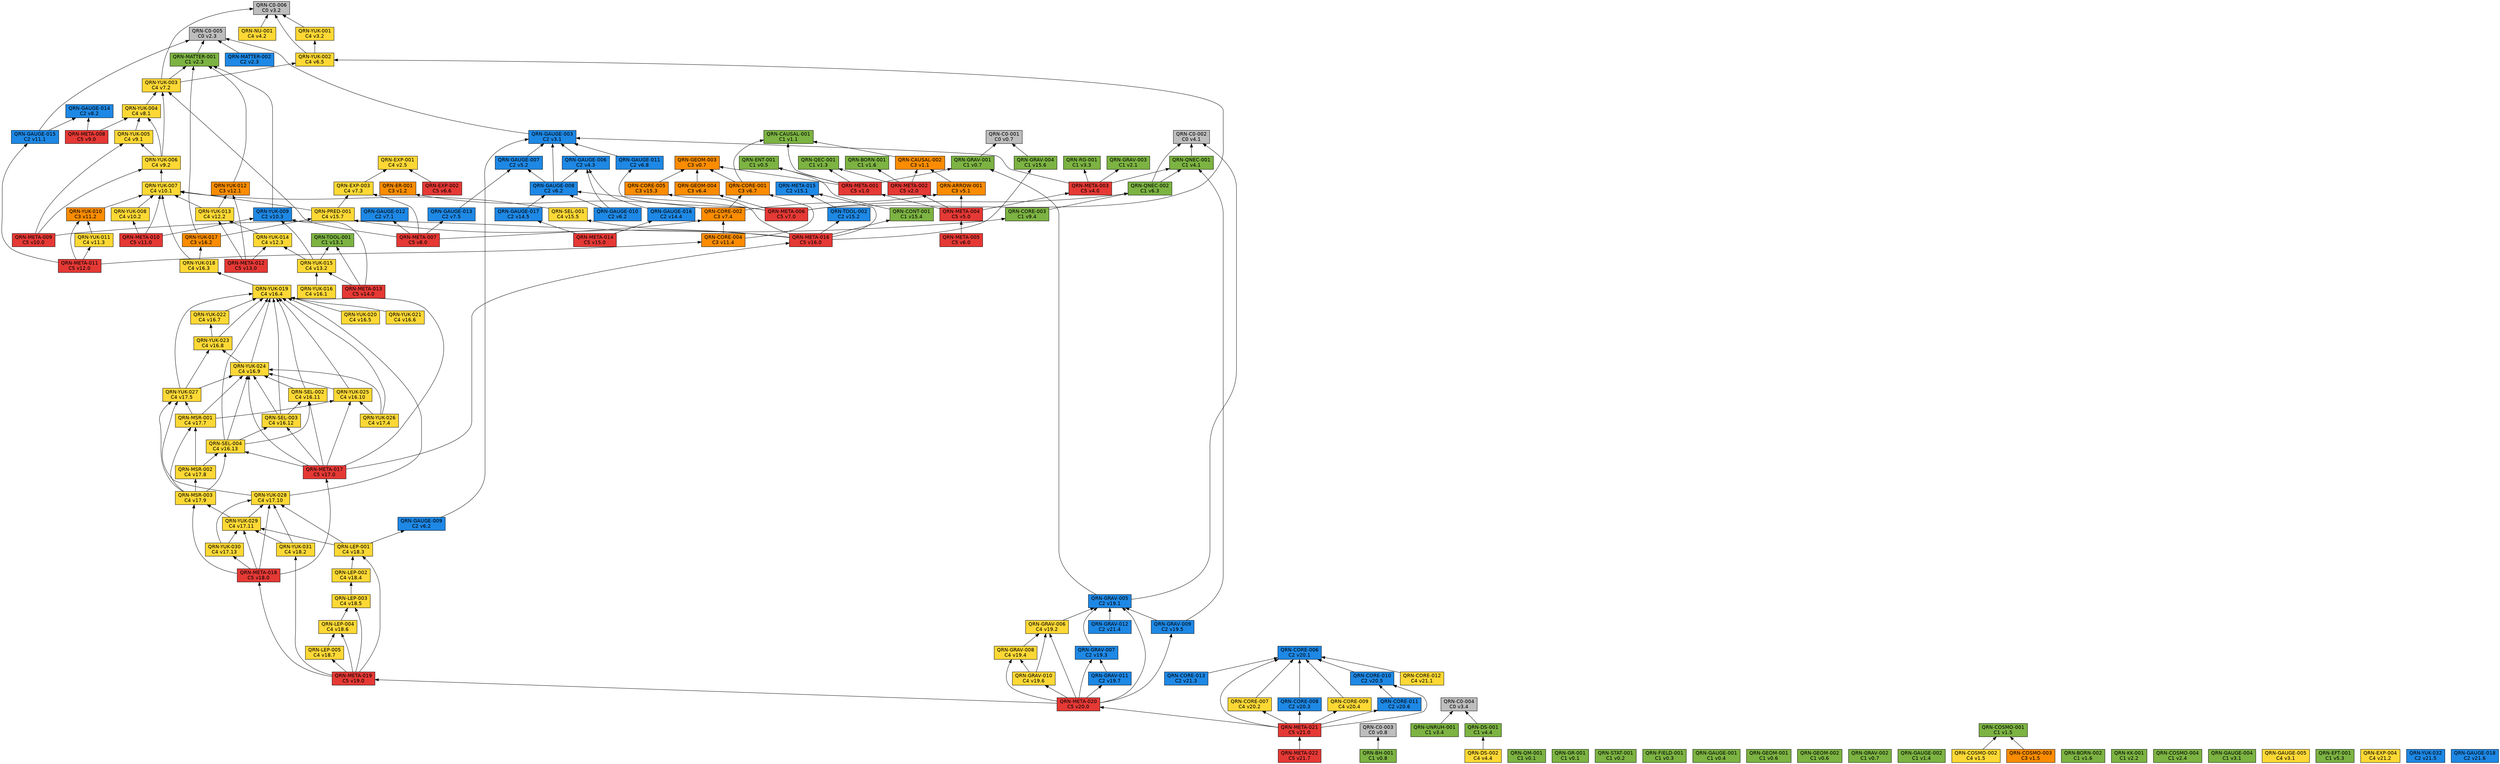
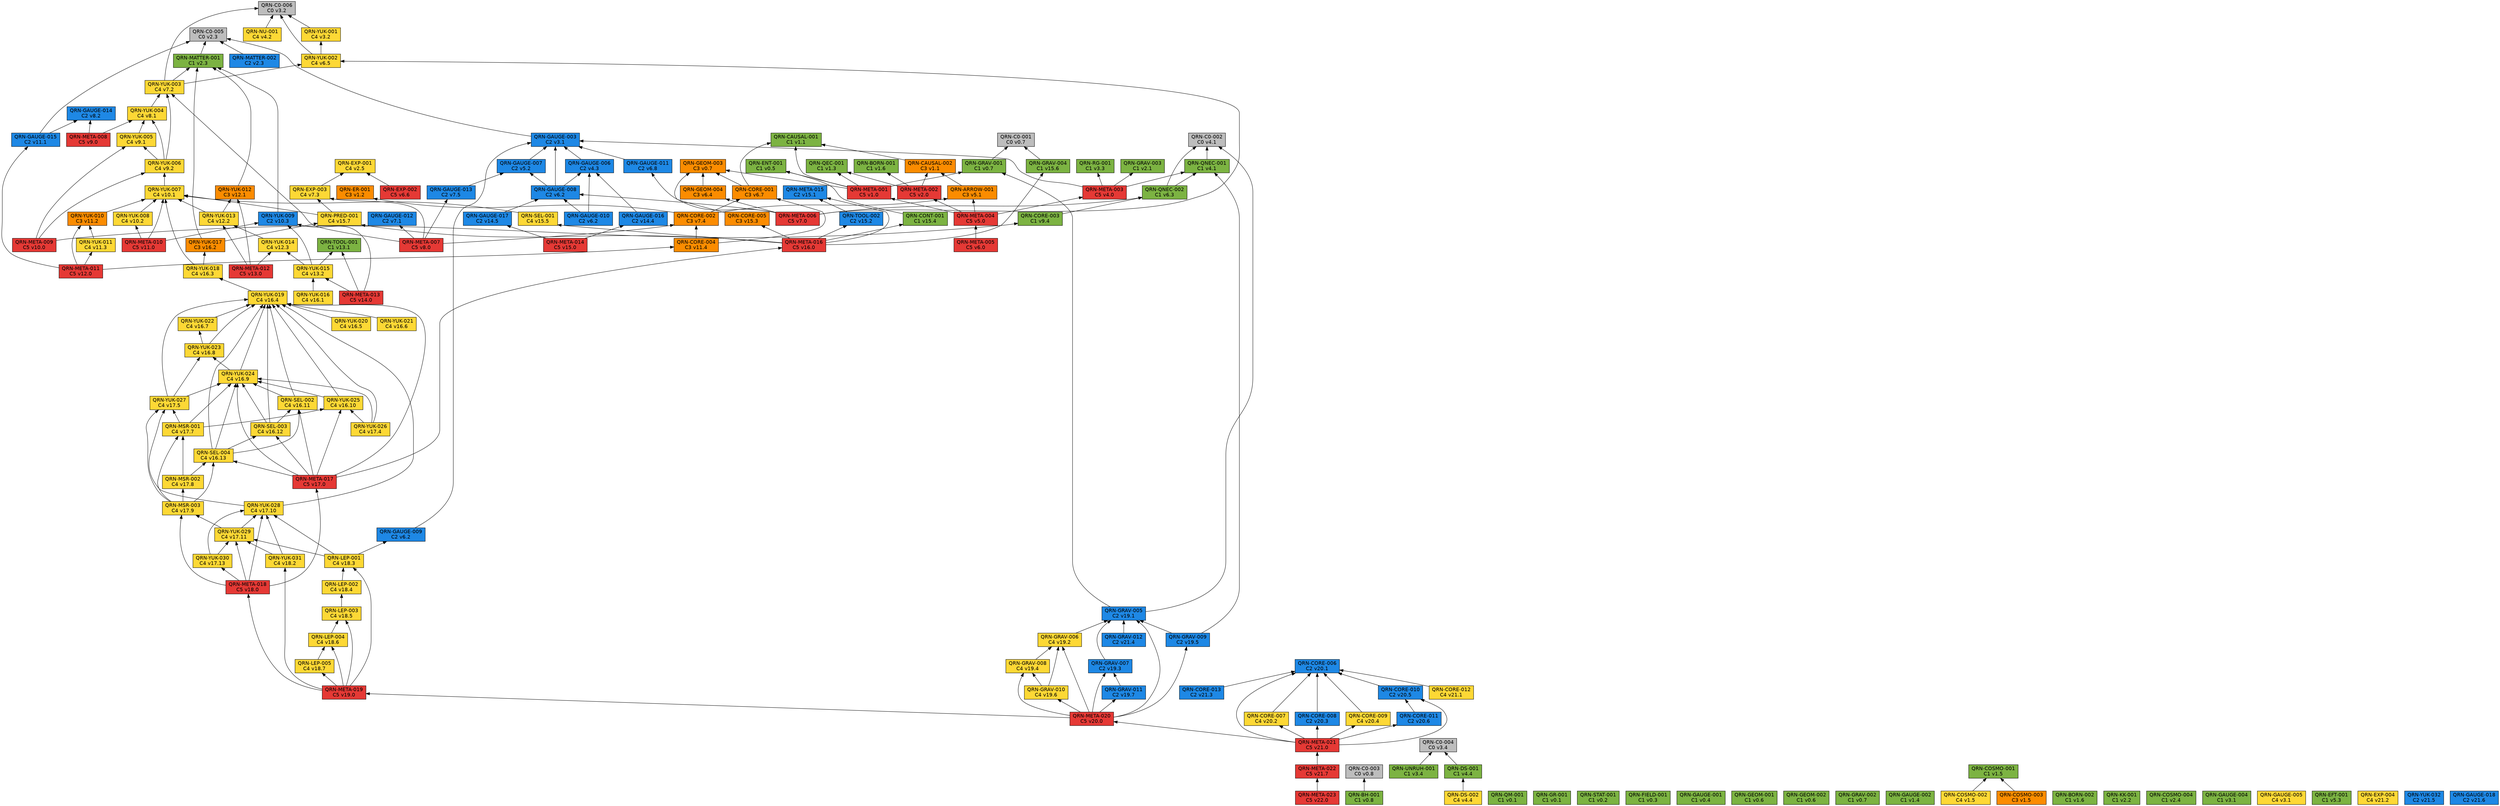
// 自動生成 (dag/report.pl) — QRN 主張依存グラフ
digraph qrn {
  rankdir=BT;
  node [shape=box, style=filled, fontname="Helvetica"];
  "QRN-C0-001" [fillcolor="#bdbdbd", label="QRN-C0-001\nC0 v0.7"];
  "QRN-C0-002" [fillcolor="#bdbdbd", label="QRN-C0-002\nC0 v4.1"];
  "QRN-C0-003" [fillcolor="#bdbdbd", label="QRN-C0-003\nC0 v0.8"];
  "QRN-C0-004" [fillcolor="#bdbdbd", label="QRN-C0-004\nC0 v3.4"];
  "QRN-C0-005" [fillcolor="#bdbdbd", label="QRN-C0-005\nC0 v2.3"];
  "QRN-C0-006" [fillcolor="#bdbdbd", label="QRN-C0-006\nC0 v3.2"];
  "QRN-QM-001" [fillcolor="#7cb342", label="QRN-QM-001\nC1 v0.1"];
  "QRN-GR-001" [fillcolor="#7cb342", label="QRN-GR-001\nC1 v0.1"];
  "QRN-STAT-001" [fillcolor="#7cb342", label="QRN-STAT-001\nC1 v0.2"];
  "QRN-FIELD-001" [fillcolor="#7cb342", label="QRN-FIELD-001\nC1 v0.3"];
  "QRN-GAUGE-001" [fillcolor="#7cb342", label="QRN-GAUGE-001\nC1 v0.4"];
  "QRN-ENT-001" [fillcolor="#7cb342", label="QRN-ENT-001\nC1 v0.5"];
  "QRN-GEOM-001" [fillcolor="#7cb342", label="QRN-GEOM-001\nC1 v0.6"];
  "QRN-GEOM-002" [fillcolor="#7cb342", label="QRN-GEOM-002\nC1 v0.6"];
  "QRN-GEOM-003" [fillcolor="#fb8c00", label="QRN-GEOM-003\nC3 v0.7"];
  "QRN-GRAV-001" [fillcolor="#7cb342", label="QRN-GRAV-001\nC1 v0.7"];
  "QRN-GRAV-002" [fillcolor="#7cb342", label="QRN-GRAV-002\nC1 v0.7"];
  "QRN-BH-001" [fillcolor="#7cb342", label="QRN-BH-001\nC1 v0.8"];
  "QRN-CAUSAL-001" [fillcolor="#7cb342", label="QRN-CAUSAL-001\nC1 v1.1"];
  "QRN-CAUSAL-002" [fillcolor="#fb8c00", label="QRN-CAUSAL-002\nC3 v1.1"];
  "QRN-ER-001" [fillcolor="#fb8c00", label="QRN-ER-001\nC3 v1.2"];
  "QRN-QEC-001" [fillcolor="#7cb342", label="QRN-QEC-001\nC1 v1.3"];
  "QRN-GAUGE-002" [fillcolor="#7cb342", label="QRN-GAUGE-002\nC1 v1.4"];
  "QRN-COSMO-001" [fillcolor="#7cb342", label="QRN-COSMO-001\nC1 v1.5"];
  "QRN-COSMO-002" [fillcolor="#fdd835", label="QRN-COSMO-002\nC4 v1.5"];
  "QRN-COSMO-003" [fillcolor="#fb8c00", label="QRN-COSMO-003\nC3 v1.5"];
  "QRN-BORN-001" [fillcolor="#7cb342", label="QRN-BORN-001\nC1 v1.6"];
  "QRN-BORN-002" [fillcolor="#7cb342", label="QRN-BORN-002\nC1 v1.6"];
  "QRN-GRAV-003" [fillcolor="#7cb342", label="QRN-GRAV-003\nC1 v2.1"];
  "QRN-KK-001" [fillcolor="#7cb342", label="QRN-KK-001\nC1 v2.2"];
  "QRN-MATTER-001" [fillcolor="#7cb342", label="QRN-MATTER-001\nC1 v2.3"];
  "QRN-MATTER-002" [fillcolor="#1e88e5", label="QRN-MATTER-002\nC2 v2.3"];
  "QRN-COSMO-004" [fillcolor="#7cb342", label="QRN-COSMO-004\nC1 v2.4"];
  "QRN-EXP-001" [fillcolor="#fdd835", label="QRN-EXP-001\nC4 v2.5"];
  "QRN-GAUGE-003" [fillcolor="#1e88e5", label="QRN-GAUGE-003\nC2 v3.1"];
  "QRN-GAUGE-004" [fillcolor="#7cb342", label="QRN-GAUGE-004\nC1 v3.1"];
  "QRN-GAUGE-005" [fillcolor="#fdd835", label="QRN-GAUGE-005\nC4 v3.1"];
  "QRN-YUK-001" [fillcolor="#fdd835", label="QRN-YUK-001\nC4 v3.2"];
  "QRN-RG-001" [fillcolor="#7cb342", label="QRN-RG-001\nC1 v3.3"];
  "QRN-UNRUH-001" [fillcolor="#7cb342", label="QRN-UNRUH-001\nC1 v3.4"];
  "QRN-QNEC-001" [fillcolor="#7cb342", label="QRN-QNEC-001\nC1 v4.1"];
  "QRN-NU-001" [fillcolor="#fdd835", label="QRN-NU-001\nC4 v4.2"];
  "QRN-GAUGE-006" [fillcolor="#1e88e5", label="QRN-GAUGE-006\nC2 v4.3"];
  "QRN-DS-001" [fillcolor="#7cb342", label="QRN-DS-001\nC1 v4.4"];
  "QRN-DS-002" [fillcolor="#fdd835", label="QRN-DS-002\nC4 v4.4"];
  "QRN-ARROW-001" [fillcolor="#fb8c00", label="QRN-ARROW-001\nC3 v5.1"];
  "QRN-GAUGE-007" [fillcolor="#1e88e5", label="QRN-GAUGE-007\nC2 v5.2"];
  "QRN-EFT-001" [fillcolor="#7cb342", label="QRN-EFT-001\nC1 v5.3"];
  "QRN-GAUGE-008" [fillcolor="#1e88e5", label="QRN-GAUGE-008\nC2 v6.2"];
  "QRN-GAUGE-009" [fillcolor="#1e88e5", label="QRN-GAUGE-009\nC2 v6.2"];
  "QRN-GAUGE-010" [fillcolor="#1e88e5", label="QRN-GAUGE-010\nC2 v6.2"];
  "QRN-QNEC-002" [fillcolor="#7cb342", label="QRN-QNEC-002\nC1 v6.3"];
  "QRN-GEOM-004" [fillcolor="#fb8c00", label="QRN-GEOM-004\nC3 v6.4"];
  "QRN-YUK-002" [fillcolor="#fdd835", label="QRN-YUK-002\nC4 v6.5"];
  "QRN-EXP-002" [fillcolor="#e53935", label="QRN-EXP-002\nC5 v6.6"];
  "QRN-CORE-001" [fillcolor="#fb8c00", label="QRN-CORE-001\nC3 v6.7"];
  "QRN-GAUGE-011" [fillcolor="#1e88e5", label="QRN-GAUGE-011\nC2 v6.8"];
  "QRN-GAUGE-012" [fillcolor="#1e88e5", label="QRN-GAUGE-012\nC2 v7.1"];
  "QRN-YUK-003" [fillcolor="#fdd835", label="QRN-YUK-003\nC4 v7.2"];
  "QRN-EXP-003" [fillcolor="#fdd835", label="QRN-EXP-003\nC4 v7.3"];
  "QRN-CORE-002" [fillcolor="#fb8c00", label="QRN-CORE-002\nC3 v7.4"];
  "QRN-GAUGE-013" [fillcolor="#1e88e5", label="QRN-GAUGE-013\nC2 v7.5"];
  "QRN-YUK-004" [fillcolor="#fdd835", label="QRN-YUK-004\nC4 v8.1"];
  "QRN-GAUGE-014" [fillcolor="#1e88e5", label="QRN-GAUGE-014\nC2 v8.2"];
  "QRN-META-001" [fillcolor="#e53935", label="QRN-META-001\nC5 v1.0"];
  "QRN-META-002" [fillcolor="#e53935", label="QRN-META-002\nC5 v2.0"];
  "QRN-META-003" [fillcolor="#e53935", label="QRN-META-003\nC5 v4.0"];
  "QRN-META-004" [fillcolor="#e53935", label="QRN-META-004\nC5 v5.0"];
  "QRN-META-005" [fillcolor="#e53935", label="QRN-META-005\nC5 v6.0"];
  "QRN-META-006" [fillcolor="#e53935", label="QRN-META-006\nC5 v7.0"];
  "QRN-META-007" [fillcolor="#e53935", label="QRN-META-007\nC5 v8.0"];
  "QRN-META-008" [fillcolor="#e53935", label="QRN-META-008\nC5 v9.0"];
  "QRN-YUK-005" [fillcolor="#fdd835", label="QRN-YUK-005\nC4 v9.1"];
  "QRN-YUK-006" [fillcolor="#fdd835", label="QRN-YUK-006\nC4 v9.2"];
  "QRN-CORE-003" [fillcolor="#7cb342", label="QRN-CORE-003\nC1 v9.4"];
  "QRN-META-009" [fillcolor="#e53935", label="QRN-META-009\nC5 v10.0"];
  "QRN-YUK-007" [fillcolor="#fdd835", label="QRN-YUK-007\nC4 v10.1"];
  "QRN-YUK-008" [fillcolor="#fdd835", label="QRN-YUK-008\nC4 v10.2"];
  "QRN-YUK-009" [fillcolor="#1e88e5", label="QRN-YUK-009\nC2 v10.3"];
  "QRN-META-010" [fillcolor="#e53935", label="QRN-META-010\nC5 v11.0"];
  "QRN-GAUGE-015" [fillcolor="#1e88e5", label="QRN-GAUGE-015\nC2 v11.1"];
  "QRN-YUK-010" [fillcolor="#fb8c00", label="QRN-YUK-010\nC3 v11.2"];
  "QRN-YUK-011" [fillcolor="#fdd835", label="QRN-YUK-011\nC4 v11.3"];
  "QRN-CORE-004" [fillcolor="#fb8c00", label="QRN-CORE-004\nC3 v11.4"];
  "QRN-META-011" [fillcolor="#e53935", label="QRN-META-011\nC5 v12.0"];
  "QRN-YUK-012" [fillcolor="#fb8c00", label="QRN-YUK-012\nC3 v12.1"];
  "QRN-YUK-013" [fillcolor="#fdd835", label="QRN-YUK-013\nC4 v12.2"];
  "QRN-YUK-014" [fillcolor="#fdd835", label="QRN-YUK-014\nC4 v12.3"];
  "QRN-META-012" [fillcolor="#e53935", label="QRN-META-012\nC5 v13.0"];
  "QRN-TOOL-001" [fillcolor="#7cb342", label="QRN-TOOL-001\nC1 v13.1"];
  "QRN-YUK-015" [fillcolor="#fdd835", label="QRN-YUK-015\nC4 v13.2"];
  "QRN-META-013" [fillcolor="#e53935", label="QRN-META-013\nC5 v14.0"];
  "QRN-GAUGE-016" [fillcolor="#1e88e5", label="QRN-GAUGE-016\nC2 v14.4"];
  "QRN-GAUGE-017" [fillcolor="#1e88e5", label="QRN-GAUGE-017\nC2 v14.5"];
  "QRN-META-014" [fillcolor="#e53935", label="QRN-META-014\nC5 v15.0"];
  "QRN-META-015" [fillcolor="#1e88e5", label="QRN-META-015\nC2 v15.1"];
  "QRN-TOOL-002" [fillcolor="#1e88e5", label="QRN-TOOL-002\nC2 v15.2"];
  "QRN-CORE-005" [fillcolor="#fb8c00", label="QRN-CORE-005\nC3 v15.3"];
  "QRN-CONT-001" [fillcolor="#7cb342", label="QRN-CONT-001\nC1 v15.4"];
  "QRN-SEL-001" [fillcolor="#fdd835", label="QRN-SEL-001\nC4 v15.5"];
  "QRN-GRAV-004" [fillcolor="#7cb342", label="QRN-GRAV-004\nC1 v15.6"];
  "QRN-PRED-001" [fillcolor="#fdd835", label="QRN-PRED-001\nC4 v15.7"];
  "QRN-META-016" [fillcolor="#e53935", label="QRN-META-016\nC5 v16.0"];
  "QRN-YUK-016" [fillcolor="#fdd835", label="QRN-YUK-016\nC4 v16.1"];
  "QRN-YUK-017" [fillcolor="#fb8c00", label="QRN-YUK-017\nC3 v16.2"];
  "QRN-YUK-018" [fillcolor="#fdd835", label="QRN-YUK-018\nC4 v16.3"];
  "QRN-YUK-019" [fillcolor="#fdd835", label="QRN-YUK-019\nC4 v16.4"];
  "QRN-YUK-020" [fillcolor="#fdd835", label="QRN-YUK-020\nC4 v16.5"];
  "QRN-YUK-021" [fillcolor="#fdd835", label="QRN-YUK-021\nC4 v16.6"];
  "QRN-YUK-022" [fillcolor="#fdd835", label="QRN-YUK-022\nC4 v16.7"];
  "QRN-YUK-023" [fillcolor="#fdd835", label="QRN-YUK-023\nC4 v16.8"];
  "QRN-YUK-024" [fillcolor="#fdd835", label="QRN-YUK-024\nC4 v16.9"];
  "QRN-YUK-025" [fillcolor="#fdd835", label="QRN-YUK-025\nC4 v16.10"];
  "QRN-SEL-002" [fillcolor="#fdd835", label="QRN-SEL-002\nC4 v16.11"];
  "QRN-SEL-003" [fillcolor="#fdd835", label="QRN-SEL-003\nC4 v16.12"];
  "QRN-SEL-004" [fillcolor="#fdd835", label="QRN-SEL-004\nC4 v16.13"];
  "QRN-META-017" [fillcolor="#e53935", label="QRN-META-017\nC5 v17.0"];
  "QRN-YUK-026" [fillcolor="#fdd835", label="QRN-YUK-026\nC4 v17.4"];
  "QRN-YUK-027" [fillcolor="#fdd835", label="QRN-YUK-027\nC4 v17.5"];
  "QRN-MSR-001" [fillcolor="#fdd835", label="QRN-MSR-001\nC4 v17.7"];
  "QRN-MSR-002" [fillcolor="#fdd835", label="QRN-MSR-002\nC4 v17.8"];
  "QRN-MSR-003" [fillcolor="#fdd835", label="QRN-MSR-003\nC4 v17.9"];
  "QRN-YUK-028" [fillcolor="#fdd835", label="QRN-YUK-028\nC4 v17.10"];
  "QRN-YUK-029" [fillcolor="#fdd835", label="QRN-YUK-029\nC4 v17.11"];
  "QRN-YUK-030" [fillcolor="#fdd835", label="QRN-YUK-030\nC4 v17.13"];
  "QRN-META-018" [fillcolor="#e53935", label="QRN-META-018\nC5 v18.0"];
  "QRN-YUK-031" [fillcolor="#fdd835", label="QRN-YUK-031\nC4 v18.2"];
  "QRN-LEP-001" [fillcolor="#fdd835", label="QRN-LEP-001\nC4 v18.3"];
  "QRN-LEP-002" [fillcolor="#fdd835", label="QRN-LEP-002\nC4 v18.4"];
  "QRN-LEP-003" [fillcolor="#fdd835", label="QRN-LEP-003\nC4 v18.5"];
  "QRN-LEP-004" [fillcolor="#fdd835", label="QRN-LEP-004\nC4 v18.6"];
  "QRN-LEP-005" [fillcolor="#fdd835", label="QRN-LEP-005\nC4 v18.7"];
  "QRN-META-019" [fillcolor="#e53935", label="QRN-META-019\nC5 v19.0"];
  "QRN-GRAV-005" [fillcolor="#1e88e5", label="QRN-GRAV-005\nC2 v19.1"];
  "QRN-GRAV-006" [fillcolor="#fdd835", label="QRN-GRAV-006\nC4 v19.2"];
  "QRN-GRAV-007" [fillcolor="#1e88e5", label="QRN-GRAV-007\nC2 v19.3"];
  "QRN-GRAV-008" [fillcolor="#fdd835", label="QRN-GRAV-008\nC4 v19.4"];
  "QRN-GRAV-009" [fillcolor="#1e88e5", label="QRN-GRAV-009\nC2 v19.5"];
  "QRN-GRAV-010" [fillcolor="#fdd835", label="QRN-GRAV-010\nC4 v19.6"];
  "QRN-GRAV-011" [fillcolor="#1e88e5", label="QRN-GRAV-011\nC2 v19.7"];
  "QRN-META-020" [fillcolor="#e53935", label="QRN-META-020\nC5 v20.0"];
  "QRN-CORE-006" [fillcolor="#1e88e5", label="QRN-CORE-006\nC2 v20.1"];
  "QRN-CORE-007" [fillcolor="#fdd835", label="QRN-CORE-007\nC4 v20.2"];
  "QRN-CORE-008" [fillcolor="#1e88e5", label="QRN-CORE-008\nC2 v20.3"];
  "QRN-CORE-009" [fillcolor="#fdd835", label="QRN-CORE-009\nC4 v20.4"];
  "QRN-CORE-010" [fillcolor="#1e88e5", label="QRN-CORE-010\nC2 v20.5"];
  "QRN-CORE-011" [fillcolor="#1e88e5", label="QRN-CORE-011\nC2 v20.6"];
  "QRN-META-021" [fillcolor="#e53935", label="QRN-META-021\nC5 v21.0"];
  "QRN-CORE-012" [fillcolor="#fdd835", label="QRN-CORE-012\nC4 v21.1"];
  "QRN-EXP-004" [fillcolor="#fdd835", label="QRN-EXP-004\nC4 v21.2"];
  "QRN-CORE-013" [fillcolor="#1e88e5", label="QRN-CORE-013\nC2 v21.3"];
  "QRN-GRAV-012" [fillcolor="#1e88e5", label="QRN-GRAV-012\nC2 v21.4"];
  "QRN-YUK-032" [fillcolor="#1e88e5", label="QRN-YUK-032\nC2 v21.5"];
  "QRN-GAUGE-018" [fillcolor="#1e88e5", label="QRN-GAUGE-018\nC2 v21.6"];
  "QRN-META-022" [fillcolor="#e53935", label="QRN-META-022\nC5 v21.7"];
+   "QRN-META-023" [fillcolor="#e53935", label="QRN-META-023\nC5 v22.0"];
  "QRN-GRAV-001" -> "QRN-C0-001";
  "QRN-BH-001" -> "QRN-C0-003";
  "QRN-CAUSAL-002" -> "QRN-CAUSAL-001";
  "QRN-COSMO-002" -> "QRN-COSMO-001";
  "QRN-COSMO-003" -> "QRN-COSMO-001";
  "QRN-MATTER-001" -> "QRN-C0-005";
  "QRN-MATTER-002" -> "QRN-C0-005";
  "QRN-GAUGE-003" -> "QRN-C0-005";
  "QRN-YUK-001" -> "QRN-C0-006";
  "QRN-UNRUH-001" -> "QRN-C0-004";
  "QRN-QNEC-001" -> "QRN-C0-002";
  "QRN-NU-001" -> "QRN-C0-006";
  "QRN-GAUGE-006" -> "QRN-GAUGE-003";
  "QRN-DS-001" -> "QRN-C0-004";
  "QRN-DS-002" -> "QRN-DS-001";
  "QRN-ARROW-001" -> "QRN-CAUSAL-002";
  "QRN-GAUGE-007" -> "QRN-GAUGE-003";
  "QRN-GAUGE-008" -> "QRN-GAUGE-003";
  "QRN-GAUGE-008" -> "QRN-GAUGE-006";
  "QRN-GAUGE-008" -> "QRN-GAUGE-007";
  "QRN-GAUGE-009" -> "QRN-GAUGE-003";
  "QRN-GAUGE-010" -> "QRN-GAUGE-006";
  "QRN-GAUGE-010" -> "QRN-GAUGE-008";
  "QRN-QNEC-002" -> "QRN-C0-002";
  "QRN-QNEC-002" -> "QRN-QNEC-001";
  "QRN-GEOM-004" -> "QRN-GEOM-003";
  "QRN-YUK-002" -> "QRN-C0-006";
  "QRN-YUK-002" -> "QRN-YUK-001";
  "QRN-EXP-002" -> "QRN-EXP-001";
  "QRN-CORE-001" -> "QRN-GEOM-003";
  "QRN-CORE-001" -> "QRN-CAUSAL-001";
  "QRN-GAUGE-011" -> "QRN-GAUGE-003";
  "QRN-YUK-003" -> "QRN-C0-006";
  "QRN-YUK-003" -> "QRN-MATTER-001";
  "QRN-YUK-003" -> "QRN-YUK-002";
  "QRN-EXP-003" -> "QRN-EXP-001";
  "QRN-CORE-002" -> "QRN-CORE-001";
  "QRN-CORE-002" -> "QRN-ER-001";
  "QRN-CORE-002" -> "QRN-ARROW-001";
  "QRN-GAUGE-013" -> "QRN-GAUGE-007";
  "QRN-YUK-004" -> "QRN-YUK-003";
  "QRN-META-001" -> "QRN-GEOM-003";
  "QRN-META-001" -> "QRN-GRAV-001";
  "QRN-META-001" -> "QRN-CAUSAL-001";
  "QRN-META-001" -> "QRN-QEC-001";
  "QRN-META-001" -> "QRN-ENT-001";
  "QRN-META-002" -> "QRN-QEC-001";
  "QRN-META-002" -> "QRN-BORN-001";
  "QRN-META-002" -> "QRN-CAUSAL-002";
  "QRN-META-003" -> "QRN-GAUGE-003";
  "QRN-META-003" -> "QRN-RG-001";
  "QRN-META-003" -> "QRN-QNEC-001";
  "QRN-META-003" -> "QRN-GRAV-003";
  "QRN-META-004" -> "QRN-META-001";
  "QRN-META-004" -> "QRN-META-002";
  "QRN-META-004" -> "QRN-META-003";
  "QRN-META-004" -> "QRN-ARROW-001";
  "QRN-META-005" -> "QRN-META-004";
  "QRN-META-006" -> "QRN-GAUGE-008";
  "QRN-META-006" -> "QRN-QNEC-002";
  "QRN-META-006" -> "QRN-GEOM-004";
  "QRN-META-006" -> "QRN-YUK-002";
  "QRN-META-006" -> "QRN-GAUGE-011";
  "QRN-META-007" -> "QRN-GAUGE-012";
  "QRN-META-007" -> "QRN-YUK-003";
  "QRN-META-007" -> "QRN-EXP-003";
  "QRN-META-007" -> "QRN-CORE-002";
  "QRN-META-007" -> "QRN-GAUGE-013";
  "QRN-META-008" -> "QRN-YUK-004";
  "QRN-META-008" -> "QRN-GAUGE-014";
  "QRN-YUK-005" -> "QRN-YUK-004";
  "QRN-YUK-006" -> "QRN-YUK-003";
  "QRN-YUK-006" -> "QRN-YUK-004";
  "QRN-YUK-006" -> "QRN-YUK-005";
  "QRN-CORE-003" -> "QRN-QNEC-002";
  "QRN-META-009" -> "QRN-YUK-005";
  "QRN-META-009" -> "QRN-YUK-006";
  "QRN-META-009" -> "QRN-CORE-003";
  "QRN-YUK-007" -> "QRN-YUK-006";
  "QRN-YUK-008" -> "QRN-YUK-007";
  "QRN-YUK-009" -> "QRN-MATTER-001";
  "QRN-META-010" -> "QRN-YUK-007";
  "QRN-META-010" -> "QRN-YUK-008";
  "QRN-META-010" -> "QRN-YUK-009";
  "QRN-GAUGE-015" -> "QRN-C0-005";
  "QRN-GAUGE-015" -> "QRN-GAUGE-014";
  "QRN-YUK-010" -> "QRN-YUK-007";
  "QRN-YUK-011" -> "QRN-YUK-010";
  "QRN-CORE-004" -> "QRN-CORE-001";
  "QRN-CORE-004" -> "QRN-CORE-002";
  "QRN-META-011" -> "QRN-GAUGE-015";
  "QRN-META-011" -> "QRN-YUK-010";
  "QRN-META-011" -> "QRN-YUK-011";
  "QRN-META-011" -> "QRN-CORE-004";
  "QRN-YUK-012" -> "QRN-MATTER-001";
  "QRN-YUK-013" -> "QRN-YUK-012";
  "QRN-YUK-013" -> "QRN-YUK-007";
  "QRN-YUK-014" -> "QRN-YUK-013";
  "QRN-META-012" -> "QRN-YUK-012";
  "QRN-META-012" -> "QRN-YUK-013";
  "QRN-META-012" -> "QRN-YUK-014";
  "QRN-YUK-015" -> "QRN-YUK-014";
  "QRN-YUK-015" -> "QRN-TOOL-001";
  "QRN-YUK-015" -> "QRN-YUK-009";
  "QRN-META-013" -> "QRN-YUK-015";
  "QRN-META-013" -> "QRN-TOOL-001";
  "QRN-META-013" -> "QRN-YUK-009";
  "QRN-GAUGE-016" -> "QRN-GAUGE-006";
  "QRN-GAUGE-017" -> "QRN-GAUGE-008";
  "QRN-META-014" -> "QRN-GAUGE-016";
  "QRN-META-014" -> "QRN-GAUGE-017";
  "QRN-TOOL-002" -> "QRN-META-015";
  "QRN-CORE-005" -> "QRN-GEOM-003";
  "QRN-CONT-001" -> "QRN-ENT-001";
  "QRN-SEL-001" -> "QRN-YUK-007";
  "QRN-GRAV-004" -> "QRN-C0-001";
  "QRN-PRED-001" -> "QRN-YUK-007";
  "QRN-PRED-001" -> "QRN-EXP-003";
  "QRN-META-016" -> "QRN-META-015";
  "QRN-META-016" -> "QRN-TOOL-002";
  "QRN-META-016" -> "QRN-CORE-005";
  "QRN-META-016" -> "QRN-CONT-001";
  "QRN-META-016" -> "QRN-SEL-001";
  "QRN-META-016" -> "QRN-GRAV-004";
  "QRN-META-016" -> "QRN-PRED-001";
  "QRN-YUK-016" -> "QRN-YUK-015";
  "QRN-YUK-017" -> "QRN-MATTER-001";
  "QRN-YUK-017" -> "QRN-PRED-001";
  "QRN-YUK-018" -> "QRN-YUK-017";
  "QRN-YUK-018" -> "QRN-YUK-007";
  "QRN-YUK-019" -> "QRN-YUK-018";
  "QRN-YUK-020" -> "QRN-YUK-019";
  "QRN-YUK-021" -> "QRN-YUK-019";
  "QRN-YUK-022" -> "QRN-YUK-019";
  "QRN-YUK-023" -> "QRN-YUK-019";
  "QRN-YUK-023" -> "QRN-YUK-022";
  "QRN-YUK-024" -> "QRN-YUK-019";
  "QRN-YUK-024" -> "QRN-YUK-023";
  "QRN-YUK-025" -> "QRN-YUK-019";
  "QRN-YUK-025" -> "QRN-YUK-024";
  "QRN-SEL-002" -> "QRN-YUK-019";
  "QRN-SEL-002" -> "QRN-YUK-024";
  "QRN-SEL-003" -> "QRN-YUK-019";
  "QRN-SEL-003" -> "QRN-YUK-024";
  "QRN-SEL-003" -> "QRN-SEL-002";
  "QRN-SEL-004" -> "QRN-YUK-019";
  "QRN-SEL-004" -> "QRN-YUK-024";
  "QRN-SEL-004" -> "QRN-SEL-002";
  "QRN-SEL-004" -> "QRN-SEL-003";
  "QRN-META-017" -> "QRN-META-016";
  "QRN-META-017" -> "QRN-YUK-019";
  "QRN-META-017" -> "QRN-YUK-024";
  "QRN-META-017" -> "QRN-YUK-025";
  "QRN-META-017" -> "QRN-SEL-002";
  "QRN-META-017" -> "QRN-SEL-003";
  "QRN-META-017" -> "QRN-SEL-004";
  "QRN-YUK-026" -> "QRN-YUK-019";
  "QRN-YUK-026" -> "QRN-YUK-024";
  "QRN-YUK-026" -> "QRN-YUK-025";
  "QRN-YUK-027" -> "QRN-YUK-019";
  "QRN-YUK-027" -> "QRN-YUK-023";
  "QRN-YUK-027" -> "QRN-YUK-024";
  "QRN-MSR-001" -> "QRN-YUK-024";
  "QRN-MSR-001" -> "QRN-YUK-025";
  "QRN-MSR-001" -> "QRN-YUK-027";
  "QRN-MSR-002" -> "QRN-SEL-004";
  "QRN-MSR-002" -> "QRN-MSR-001";
  "QRN-MSR-003" -> "QRN-MSR-001";
  "QRN-MSR-003" -> "QRN-MSR-002";
  "QRN-MSR-003" -> "QRN-SEL-004";
  "QRN-MSR-003" -> "QRN-YUK-027";
  "QRN-YUK-028" -> "QRN-YUK-019";
  "QRN-YUK-028" -> "QRN-YUK-027";
  "QRN-YUK-029" -> "QRN-YUK-028";
  "QRN-YUK-029" -> "QRN-MSR-003";
  "QRN-YUK-030" -> "QRN-YUK-028";
  "QRN-YUK-030" -> "QRN-YUK-029";
  "QRN-META-018" -> "QRN-META-017";
  "QRN-META-018" -> "QRN-MSR-003";
  "QRN-META-018" -> "QRN-YUK-028";
  "QRN-META-018" -> "QRN-YUK-029";
  "QRN-META-018" -> "QRN-YUK-030";
  "QRN-YUK-031" -> "QRN-YUK-028";
  "QRN-YUK-031" -> "QRN-YUK-029";
  "QRN-LEP-001" -> "QRN-YUK-028";
  "QRN-LEP-001" -> "QRN-YUK-029";
  "QRN-LEP-001" -> "QRN-GAUGE-009";
  "QRN-LEP-002" -> "QRN-LEP-001";
  "QRN-LEP-003" -> "QRN-LEP-002";
  "QRN-LEP-004" -> "QRN-LEP-003";
  "QRN-LEP-005" -> "QRN-LEP-004";
  "QRN-META-019" -> "QRN-META-018";
  "QRN-META-019" -> "QRN-YUK-031";
  "QRN-META-019" -> "QRN-LEP-001";
  "QRN-META-019" -> "QRN-LEP-003";
  "QRN-META-019" -> "QRN-LEP-004";
  "QRN-META-019" -> "QRN-LEP-005";
  "QRN-GRAV-005" -> "QRN-C0-002";
  "QRN-GRAV-005" -> "QRN-GRAV-001";
  "QRN-GRAV-006" -> "QRN-GRAV-005";
  "QRN-GRAV-007" -> "QRN-GRAV-005";
  "QRN-GRAV-008" -> "QRN-GRAV-006";
  "QRN-GRAV-009" -> "QRN-GRAV-005";
  "QRN-GRAV-009" -> "QRN-QNEC-001";
  "QRN-GRAV-010" -> "QRN-GRAV-006";
  "QRN-GRAV-010" -> "QRN-GRAV-008";
  "QRN-GRAV-011" -> "QRN-GRAV-007";
  "QRN-META-020" -> "QRN-META-019";
  "QRN-META-020" -> "QRN-GRAV-005";
  "QRN-META-020" -> "QRN-GRAV-006";
  "QRN-META-020" -> "QRN-GRAV-007";
  "QRN-META-020" -> "QRN-GRAV-008";
  "QRN-META-020" -> "QRN-GRAV-009";
  "QRN-META-020" -> "QRN-GRAV-010";
  "QRN-META-020" -> "QRN-GRAV-011";
  "QRN-CORE-007" -> "QRN-CORE-006";
  "QRN-CORE-008" -> "QRN-CORE-006";
  "QRN-CORE-009" -> "QRN-CORE-006";
  "QRN-CORE-010" -> "QRN-CORE-006";
  "QRN-CORE-011" -> "QRN-CORE-010";
  "QRN-META-021" -> "QRN-META-020";
  "QRN-META-021" -> "QRN-CORE-006";
  "QRN-META-021" -> "QRN-CORE-007";
  "QRN-META-021" -> "QRN-CORE-008";
  "QRN-META-021" -> "QRN-CORE-009";
  "QRN-META-021" -> "QRN-CORE-010";
  "QRN-META-021" -> "QRN-CORE-011";
  "QRN-CORE-012" -> "QRN-CORE-006";
  "QRN-CORE-013" -> "QRN-CORE-006";
  "QRN-GRAV-012" -> "QRN-GRAV-005";
  "QRN-META-022" -> "QRN-META-021";
+   "QRN-META-023" -> "QRN-META-022";
}
